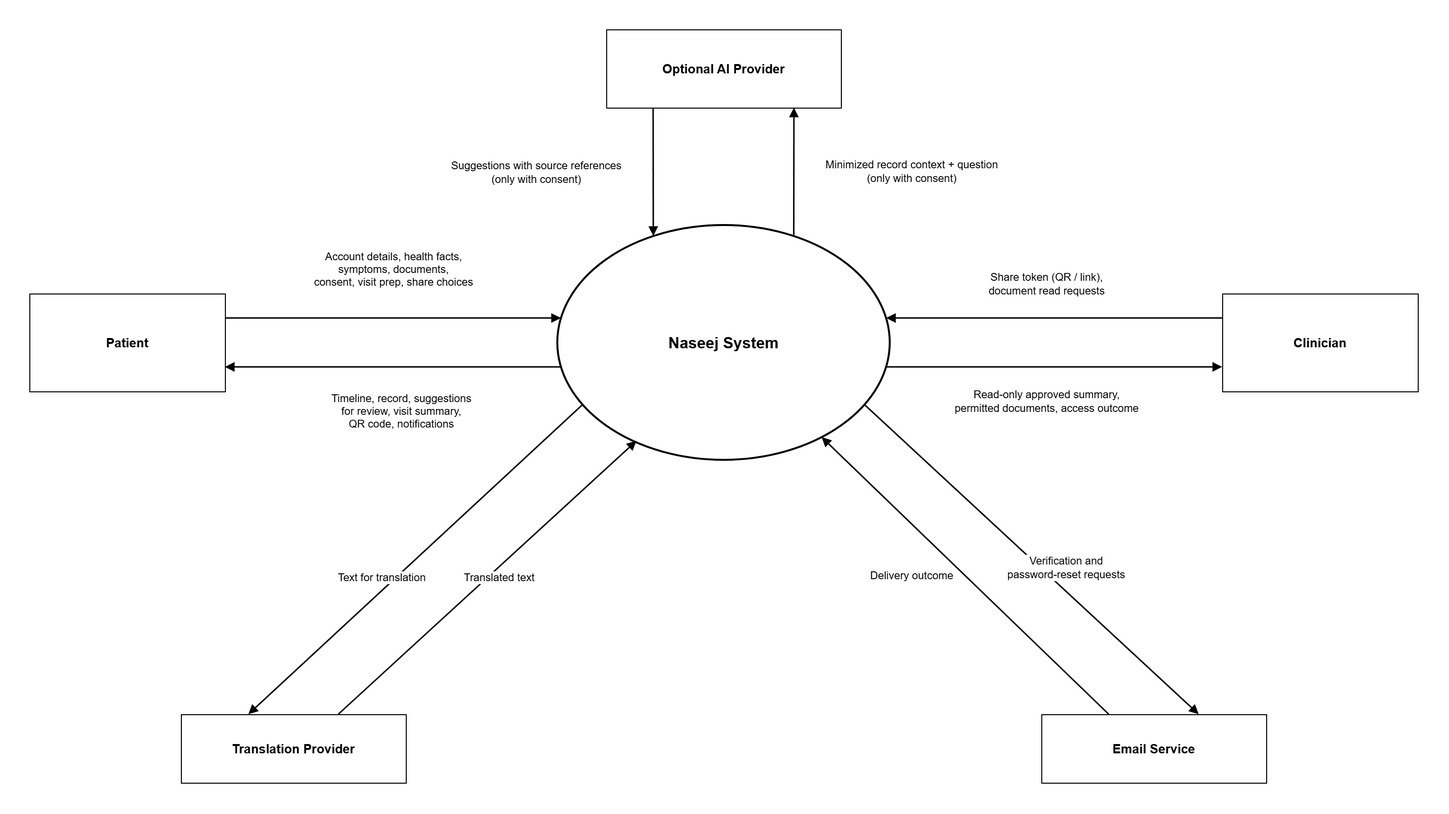
Above: docs/diagrams/exports/01-context-diagram.png in haniyousrii18/NASEEJ (draw.io), before the change. Source tidied: cells renumbered, new cells last; positions are measured from the earlier drawing's top-left corner, leaving out a move shared by most shapes.
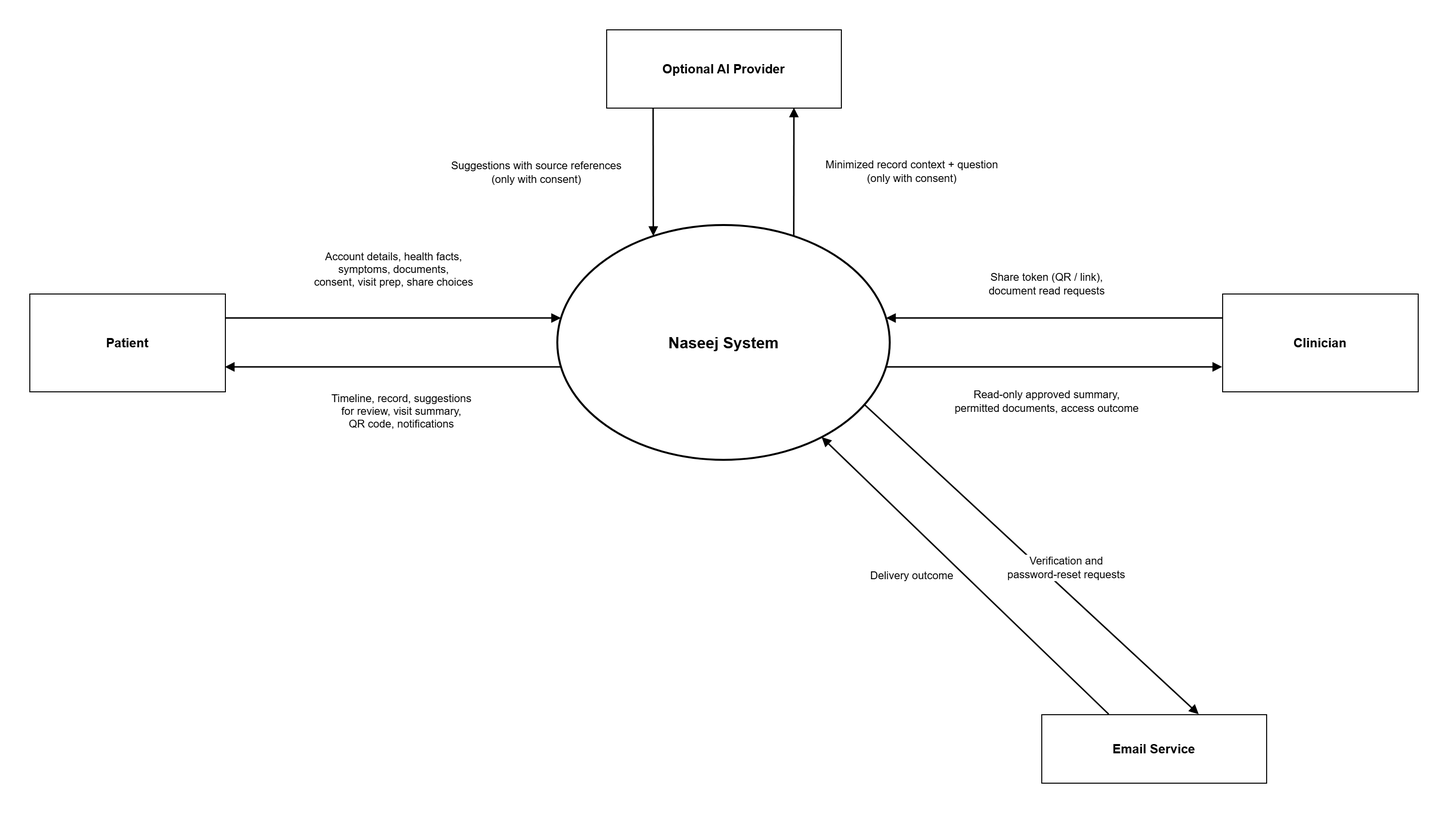
After the commit.

Commit message:
docs: make translation internal in the context diagram and DFD level 0

The edit, as a diff of the source:
```diff
@@ -14,9 +14,6 @@
     <mxCell id="5" value="Optional AI Provider" style="rounded=0;whiteSpace=wrap;html=1;fontStyle=1;fontSize=13;" parent="1" vertex="1">
       <mxGeometry x="590" width="240" height="80" as="geometry" />
     </mxCell>
-    <mxCell id="6" value="Translation Provider" style="rounded=0;whiteSpace=wrap;html=1;fontStyle=1;fontSize=13;" parent="1" vertex="1">
-      <mxGeometry x="155" y="700" width="230" height="70" as="geometry" />
-    </mxCell>
     <mxCell id="7" value="Email Service" style="rounded=0;whiteSpace=wrap;html=1;fontStyle=1;fontSize=13;" parent="1" vertex="1">
       <mxGeometry x="1035" y="700" width="230" height="70" as="geometry" />
     </mxCell>
@@ -44,14 +41,6 @@
         <mxPoint x="120" as="offset" />
       </mxGeometry>
     </mxCell>
-    <mxCell id="14" value="Translated text" style="endArrow=block;endFill=1;html=1;rounded=0;labelBackgroundColor=#FFFFFF;fontSize=11;strokeWidth=1.5;exitX=0.7;exitY=0;exitDx=0;exitDy=0;entryX=0.238;entryY=0.919;entryDx=0;entryDy=0;exitPerimeter=0;entryPerimeter=0;" parent="1" edge="1" source="6" target="2">
-      <mxGeometry x="0.04" y="-8" relative="1" as="geometry">
-        <mxPoint x="-1" as="offset" />
-      </mxGeometry>
-    </mxCell>
-    <mxCell id="15" value="Text for translation" style="endArrow=block;endFill=1;html=1;rounded=0;labelBackgroundColor=#FFFFFF;fontSize=11;strokeWidth=1.5;exitX=0.076;exitY=0.765;exitDx=0;exitDy=0;entryX=0.3;entryY=0;entryDx=0;entryDy=0;exitPerimeter=0;entryPerimeter=0;" parent="1" edge="1" source="2" target="6">
-      <mxGeometry x="0.16" y="-10" relative="1" as="geometry" />
-    </mxCell>
     <mxCell id="16" value="Delivery outcome" style="endArrow=block;endFill=1;html=1;rounded=0;labelBackgroundColor=#FFFFFF;fontSize=11;strokeWidth=1.5;exitX=0.3;exitY=0;exitDx=0;exitDy=0;exitPerimeter=0;" parent="1" edge="1" source="7" target="2">
       <mxGeometry relative="1" as="geometry">
         <mxPoint x="-55" as="offset" />
```
